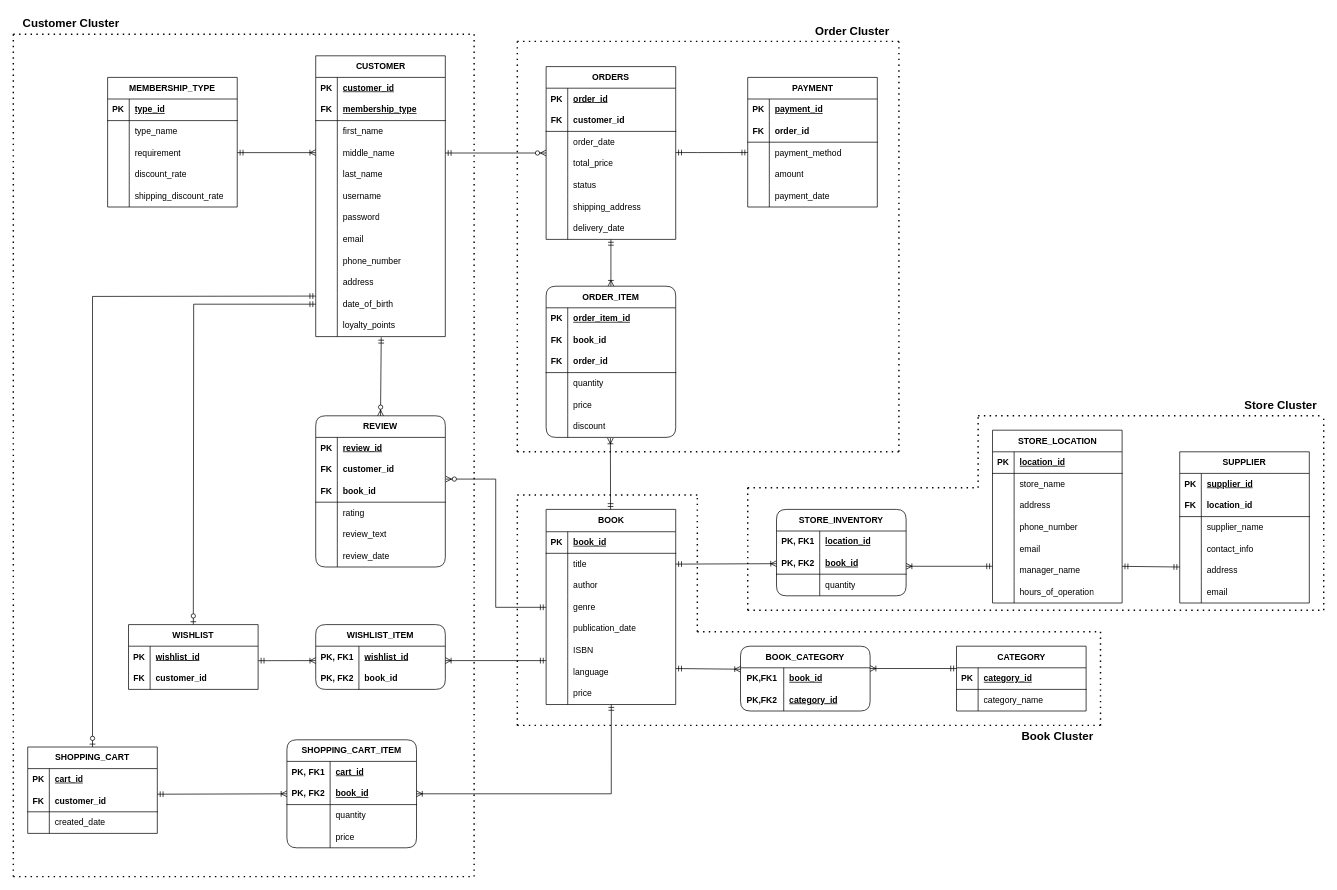
Before: page "Page-1" (1 of 5) of diagram/diagram.drawio in sirithatthamrong/Kinakuniyo-Bookstore-Database, a draw.io diagram. Source tidied: cells renumbered, new cells numbered last; positions are measured from the earlier drawing's top-left corner, leaving out a move shared by most shapes. Both pictures are drawn from the tidied source at 72%, with x=0, y=0 at pixel (13, 12).
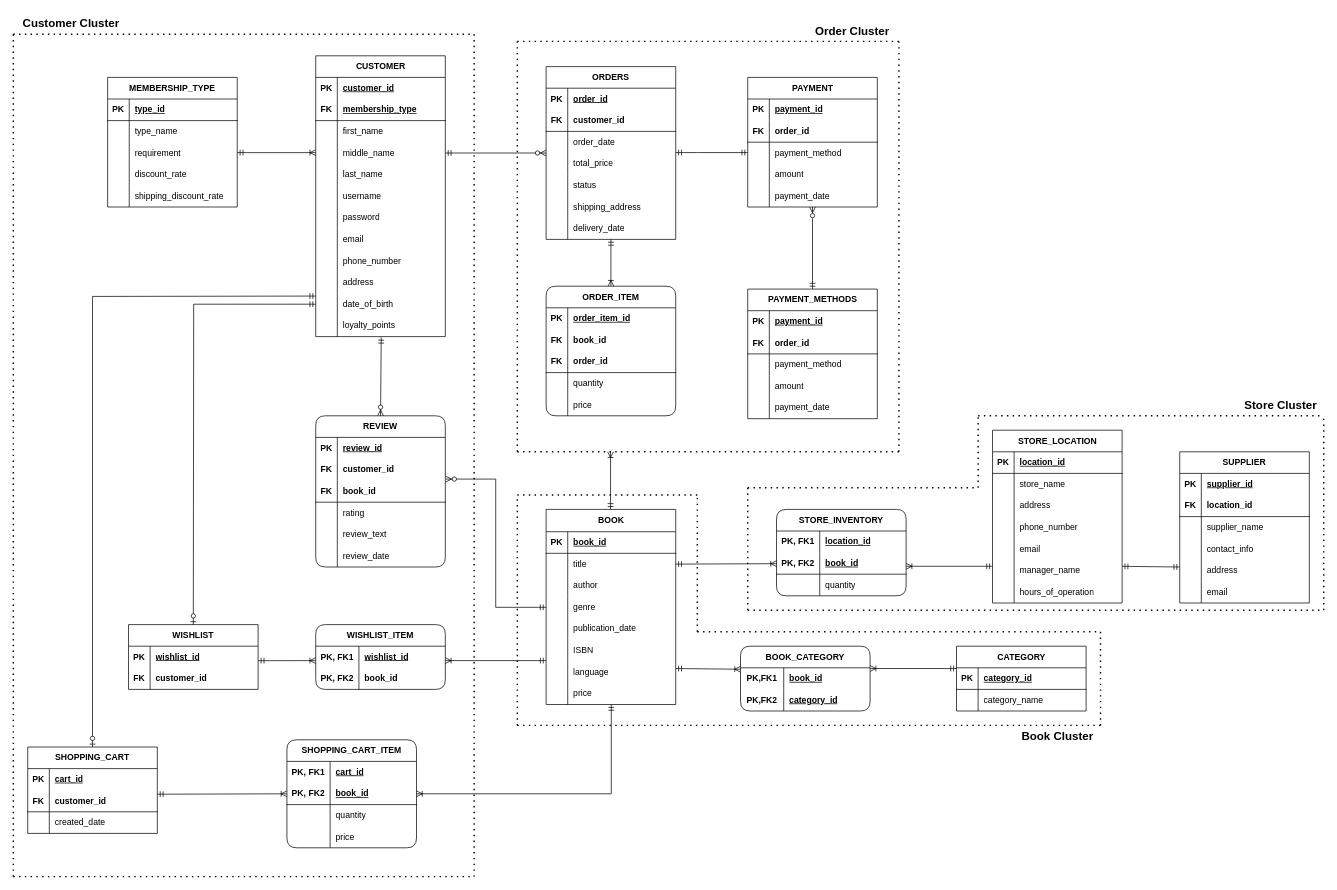
Above is the later version.

Unchanged cells that the change refers to:
```xml
<mxCell id="62" value="PAYMENT" style="shape=table;startSize=30;childLayout=tableLayout;rowLines=0;fontStyle=1;align=center;html=1;" parent="1" vertex="1">
  <mxGeometry x="1020" y="90" width="180" height="180" as="geometry" />
</mxCell>
```

What changed in the source:
```diff
@@
     <mxCell id="79" value="ORDER_ITEM" style="shape=table;startSize=30;childLayout=tableLayout;rowLines=0;fontStyle=1;align=center;html=1;whiteSpace=wrap;rounded=1;swimlaneLine=1;" parent="1" vertex="1">
-      <mxGeometry x="740" y="380" width="180" height="210" as="geometry" />
+      <mxGeometry x="740" y="380" width="180" height="180" as="geometry" />
     </mxCell>
@@
-    <mxCell id="95" style="shape=tableRow;horizontal=0;startSize=0;swimlaneHead=0;swimlaneBody=0;fillColor=none;points=[[0,0.5],[1,0.5]];portConstraint=eastwest;top=0;left=0;right=0;bottom=0;html=1;" parent="79" vertex="1">
-      <mxGeometry y="180" width="180" height="30" as="geometry" />
-    </mxCell>
-    <mxCell id="96" style="shape=partialRectangle;fillColor=none;top=0;left=0;bottom=0;right=0;overflow=hidden;html=1;whiteSpace=wrap;" parent="95" vertex="1">
-      <mxGeometry width="30" height="30" as="geometry" />
-    </mxCell>
-    <mxCell id="97" value="discount" style="shape=partialRectangle;fillColor=none;top=0;left=0;bottom=0;right=0;align=left;spacingLeft=6;overflow=hidden;html=1;whiteSpace=wrap;" parent="95" vertex="1">
-      <mxGeometry x="30" width="150" height="30" as="geometry" />
-    </mxCell>
@@
-    <mxCell id="124" style="fontSize=12;html=1;endArrow=ERoneToMany;startArrow=ERmandOne;rounded=0;exitX=0.5;exitY=1;exitDx=0;exitDy=0;entryX=0.496;entryY=1.029;entryDx=0;entryDy=0;entryPerimeter=0;" parent="1" edge="1" target="95">
+    <mxCell id="124" style="fontSize=12;html=1;endArrow=ERoneToMany;startArrow=ERmandOne;rounded=0;exitX=0.5;exitY=1;exitDx=0;exitDy=0;entryX=0.496;entryY=1.029;entryDx=0;entryDy=0;entryPerimeter=0;" parent="1" edge="1">
       <mxGeometry relative="1" as="geometry">
         <mxPoint x="829.5" y="690" as="sourcePoint" />
+        <mxPoint x="829.5" y="610" as="targetPoint" />
       </mxGeometry>
     </mxCell>
@@
+    <mxCell id="300" style="edgeStyle=orthogonalEdgeStyle;rounded=0;jettySize=auto;html=1;exitX=0.5;exitY=0;exitDx=0;exitDy=0;startArrow=ERmandOne;startFill=0;endArrow=ERzeroToMany;endFill=0;" parent="1" edge="1" source="301" target="62">
+      <mxGeometry relative="1" as="geometry" />
+    </mxCell>
+    <mxCell id="301" value="PAYMENT_METHODS" style="shape=table;startSize=30;childLayout=tableLayout;rowLines=0;fontStyle=1;align=center;html=1;" parent="1" vertex="1">
+      <mxGeometry x="1020" y="384" width="180" height="180" as="geometry" />
+    </mxCell>
+    <mxCell id="302" style="shape=tableRow;horizontal=0;startSize=0;swimlaneHead=0;swimlaneBody=0;fillColor=none;top=0;left=0;right=0;bottom=0;fontStyle=1;" parent="301" vertex="1">
+      <mxGeometry y="30" width="180" height="30" as="geometry" />
+    </mxCell>
+    <mxCell id="303" value="&lt;b&gt;PK&lt;/b&gt;" style="shape=partialRectangle;fillColor=none;top=0;left=0;bottom=0;right=0;overflow=hidden;whiteSpace=wrap;html=1;" parent="302" vertex="1">
+      <mxGeometry width="30" height="30" as="geometry" />
+    </mxCell>
+    <mxCell id="304" value="&lt;b&gt;&lt;u&gt;payment_id&lt;/u&gt;&lt;/b&gt;" style="shape=partialRectangle;fillColor=none;top=0;left=0;bottom=0;right=0;align=left;spacingLeft=6;overflow=hidden;whiteSpace=wrap;html=1;" parent="302" vertex="1">
+      <mxGeometry x="30" width="150" height="30" as="geometry" />
+    </mxCell>
+    <mxCell id="305" style="shape=tableRow;horizontal=0;startSize=0;swimlaneHead=0;swimlaneBody=0;fillColor=none;top=0;left=0;right=0;bottom=1;" parent="301" vertex="1">
+      <mxGeometry y="60" width="180" height="30" as="geometry" />
+    </mxCell>
+    <mxCell id="306" value="FK" style="shape=partialRectangle;fillColor=none;top=0;left=0;bottom=0;right=0;fontStyle=1;overflow=hidden;whiteSpace=wrap;html=1;" parent="305" vertex="1">
+      <mxGeometry width="30" height="30" as="geometry" />
+    </mxCell>
+    <mxCell id="307" value="order_id" style="shape=partialRectangle;fillColor=none;top=0;left=0;bottom=0;right=0;align=left;spacingLeft=6;fontStyle=1;overflow=hidden;whiteSpace=wrap;html=1;" parent="305" vertex="1">
+      <mxGeometry x="30" width="150" height="30" as="geometry" />
+    </mxCell>
+    <mxCell id="308" style="shape=tableRow;horizontal=0;startSize=0;swimlaneHead=0;swimlaneBody=0;fillColor=none;top=0;left=0;right=0;bottom=0;" parent="301" vertex="1">
+      <mxGeometry y="90" width="180" height="30" as="geometry" />
+    </mxCell>
+    <mxCell id="309" style="shape=partialRectangle;fillColor=none;top=0;left=0;bottom=0;right=0;overflow=hidden;whiteSpace=wrap;html=1;" parent="308" vertex="1">
+      <mxGeometry width="30" height="30" as="geometry" />
+    </mxCell>
+    <mxCell id="310" value="payment_method" style="shape=partialRectangle;fillColor=none;top=0;left=0;bottom=0;right=0;align=left;spacingLeft=6;overflow=hidden;whiteSpace=wrap;html=1;" parent="308" vertex="1">
+      <mxGeometry x="30" width="150" height="30" as="geometry" />
+    </mxCell>
+    <mxCell id="311" style="shape=tableRow;horizontal=0;startSize=0;swimlaneHead=0;swimlaneBody=0;fillColor=none;top=0;left=0;right=0;bottom=0;" parent="301" vertex="1">
+      <mxGeometry y="120" width="180" height="30" as="geometry" />
+    </mxCell>
+    <mxCell id="312" style="shape=partialRectangle;fillColor=none;top=0;left=0;bottom=0;right=0;overflow=hidden;whiteSpace=wrap;html=1;" parent="311" vertex="1">
+      <mxGeometry width="30" height="30" as="geometry" />
+    </mxCell>
+    <mxCell id="313" value="amount" style="shape=partialRectangle;fillColor=none;top=0;left=0;bottom=0;right=0;align=left;spacingLeft=6;overflow=hidden;whiteSpace=wrap;html=1;" parent="311" vertex="1">
+      <mxGeometry x="30" width="150" height="30" as="geometry" />
+    </mxCell>
+    <mxCell id="314" style="shape=tableRow;horizontal=0;startSize=0;swimlaneHead=0;swimlaneBody=0;fillColor=none;top=0;left=0;right=0;bottom=0;" parent="301" vertex="1">
+      <mxGeometry y="150" width="180" height="30" as="geometry" />
+    </mxCell>
+    <mxCell id="315" style="shape=partialRectangle;fillColor=none;top=0;left=0;bottom=0;right=0;overflow=hidden;whiteSpace=wrap;html=1;" parent="314" vertex="1">
+      <mxGeometry width="30" height="30" as="geometry" />
+    </mxCell>
+    <mxCell id="316" value="payment_date" style="shape=partialRectangle;fillColor=none;top=0;left=0;bottom=0;right=0;align=left;spacingLeft=6;overflow=hidden;whiteSpace=wrap;html=1;" parent="314" vertex="1">
+      <mxGeometry x="30" width="150" height="30" as="geometry" />
+    </mxCell>
```
